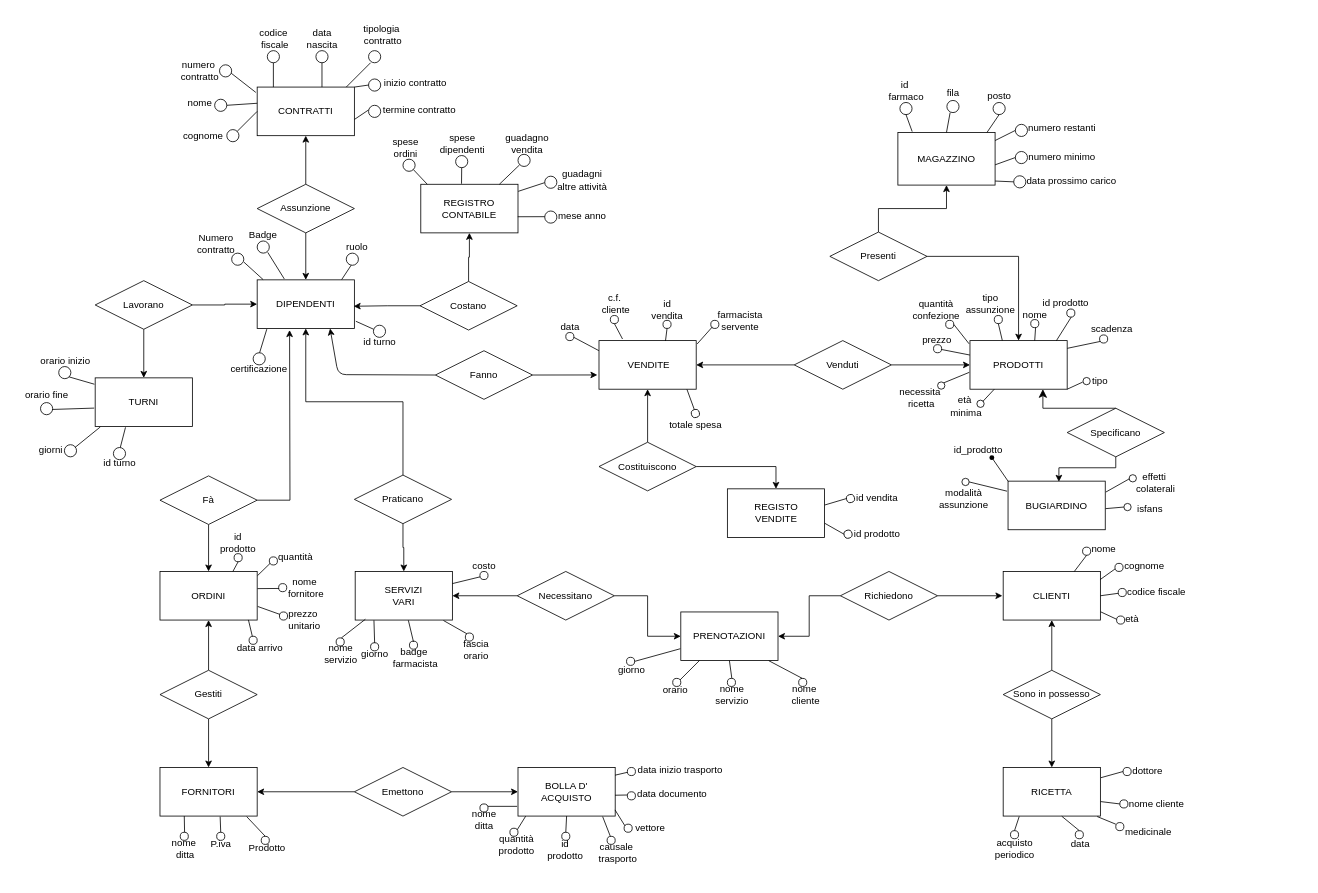
ColdBerri/Database-Project keeps this draw.io diagram as farma-logica.drawio. Above is the earlier version. Source tidied: cells renumbered, new cells numbered last; positions are measured from the earlier drawing's top-left corner, leaving out a move shared by most shapes. Both pictures are drawn from the tidied source at 81%, with x=0, y=0 at pixel (14, 18).
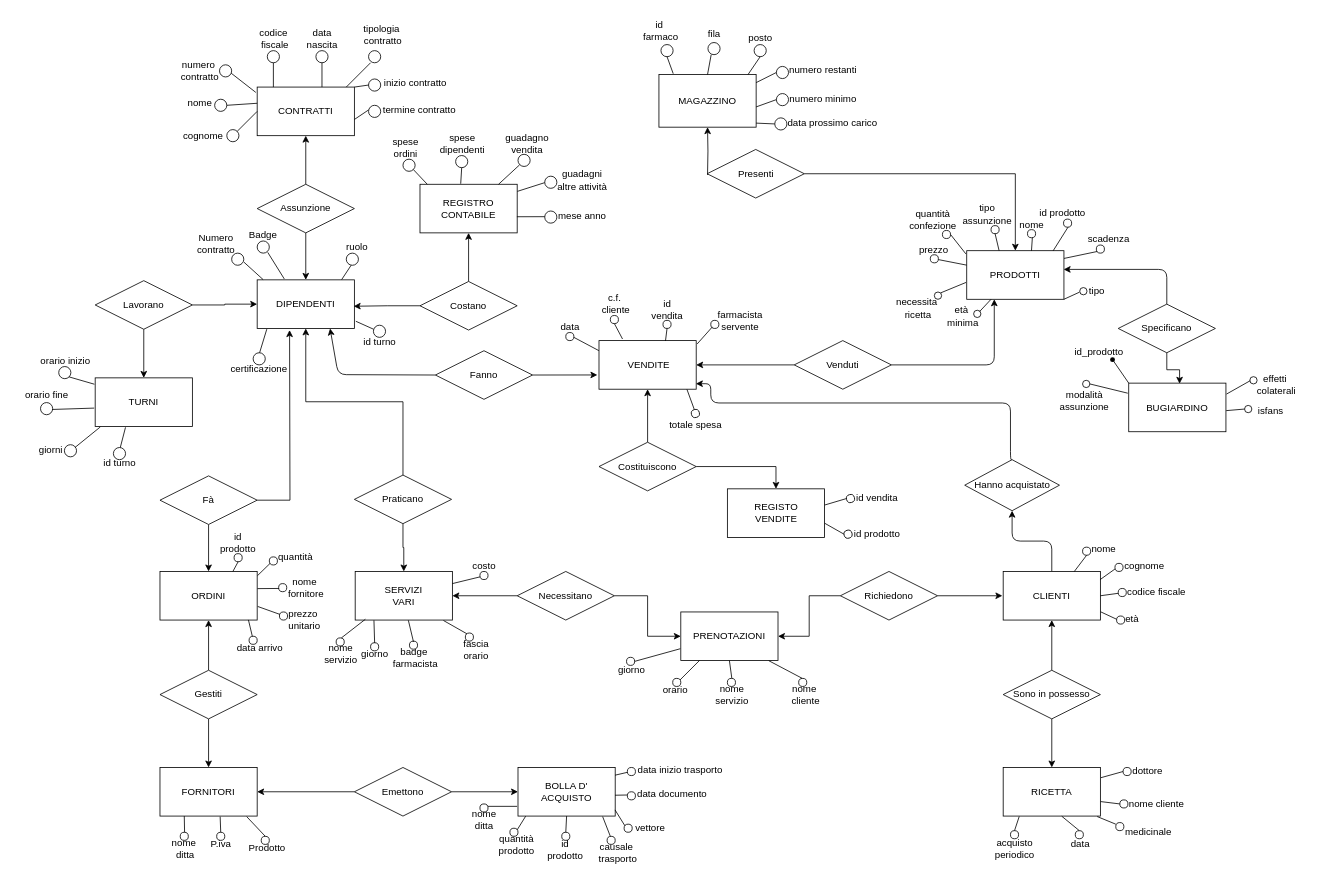
The same page after the edit.

Commit message (it also covers changes not shown here):
nuovamente modificato lo schema e-r logico e aggiunta altra parte dei dati

The change refers to these unchanged cells:
```xml
<mxCell id="15" value="CLIENTI" style="rounded=0;whiteSpace=wrap;html=1;" parent="1" vertex="1">
  <mxGeometry x="1221" y="683" width="120" height="60" as="geometry" />
</mxCell>
<mxCell id="63" value="Venduti" style="shape=rhombus;perimeter=rhombusPerimeter;whiteSpace=wrap;html=1;align=center;" parent="1" vertex="1">
  <mxGeometry x="963" y="398" width="120" height="60" as="geometry" />
</mxCell>
<mxCell id="66" value="&amp;nbsp;VENDITE" style="rounded=0;whiteSpace=wrap;html=1;" parent="1" vertex="1">
  <mxGeometry x="722" y="398" width="120" height="60" as="geometry" />
</mxCell>
```

Diff of the diagram source:
```diff
@@
     <mxCell id="7" value="PRODOTTI" style="rounded=0;whiteSpace=wrap;html=1;" parent="1" vertex="1">
-      <mxGeometry x="1180" y="398" width="120" height="60" as="geometry" />
+      <mxGeometry x="1176" y="287" width="120" height="60" as="geometry" />
     </mxCell>
-    <mxCell id="8" style="edgeStyle=orthogonalEdgeStyle;rounded=0;jettySize=auto;html=1;entryX=0.5;entryY=1;entryDx=0;entryDy=0;" parent="1" edge="1" source="10" target="11">
-      <mxGeometry relative="1" as="geometry" />
+    <mxCell id="8" style="edgeStyle=orthogonalEdgeStyle;rounded=0;jettySize=auto;html=1;entryX=0.5;entryY=1;entryDx=0;entryDy=0;" parent="1" edge="1" target="11">
+      <mxGeometry relative="1" as="geometry">
+        <mxPoint x="856" y="193.5" as="sourcePoint" />
+      </mxGeometry>
     </mxCell>
     <mxCell id="9" style="edgeStyle=orthogonalEdgeStyle;rounded=0;jettySize=auto;html=1;entryX=0.5;entryY=0;entryDx=0;entryDy=0;exitX=1;exitY=0.5;exitDx=0;exitDy=0;" parent="1" edge="1" source="10" target="7">
       <mxGeometry relative="1" as="geometry">
         <Array as="points">
-          <mxPoint x="1240" y="294" />
+          <mxPoint x="1236" y="192" />
         </Array>
       </mxGeometry>
     </mxCell>
     <mxCell id="10" value="Presenti" style="shape=rhombus;perimeter=rhombusPerimeter;whiteSpace=wrap;html=1;align=center;" parent="1" vertex="1">
-      <mxGeometry x="1007" y="264" width="120" height="60" as="geometry" />
+      <mxGeometry x="855.5" y="162" width="120" height="60" as="geometry" />
     </mxCell>
     <mxCell id="11" value="MAGAZZINO" style="rounded=0;whiteSpace=wrap;html=1;" parent="1" vertex="1">
-      <mxGeometry x="1091" y="141" width="120" height="65" as="geometry" />
+      <mxGeometry x="796" y="69.5" width="120" height="65" as="geometry" />
     </mxCell>
@@
+    <mxCell id="306" style="edgeStyle=orthogonalEdgeStyle;html=1;exitX=0.5;exitY=0;exitDx=0;exitDy=0;entryX=0.5;entryY=1;entryDx=0;entryDy=0;" parent="1" edge="1" source="15" target="309">
+      <mxGeometry relative="1" as="geometry" />
+    </mxCell>
@@
-    <mxCell id="62" style="edgeStyle=none;html=1;exitX=1;exitY=0.5;exitDx=0;exitDy=0;entryX=0;entryY=0.5;entryDx=0;entryDy=0;" parent="1" edge="1" source="63" target="7">
-      <mxGeometry relative="1" as="geometry" />
-    </mxCell>
@@
     <mxCell id="72" value="REGISTRO&lt;div&gt;CONTABILE&lt;/div&gt;" style="rounded=0;whiteSpace=wrap;html=1;" parent="1" vertex="1">
-      <mxGeometry x="502" y="205" width="120" height="60" as="geometry" />
+      <mxGeometry x="501" y="205" width="120" height="60" as="geometry" />
     </mxCell>
@@
     <mxCell id="81" value="id&amp;nbsp;&lt;div&gt;farmaco&lt;/div&gt;" style="text;html=1;align=center;verticalAlign=middle;strokeColor=none;fillColor=none;" parent="1" vertex="1">
-      <mxGeometry x="1066" y="70" width="70" height="40" as="geometry" />
+      <mxGeometry x="763" y="-5" width="70" height="40" as="geometry" />
     </mxCell>
     <mxCell id="82" value="fila" style="text;html=1;align=center;verticalAlign=middle;strokeColor=none;fillColor=none;" parent="1" vertex="1">
-      <mxGeometry x="1139" y="76.5" width="40" height="30" as="geometry" />
+      <mxGeometry x="844" y="5" width="40" height="30" as="geometry" />
     </mxCell>
     <mxCell id="83" value="posto" style="text;html=1;align=center;verticalAlign=middle;strokeColor=none;fillColor=none;" parent="1" vertex="1">
-      <mxGeometry x="1191" y="81" width="50" height="30" as="geometry" />
+      <mxGeometry x="896" y="9.5" width="50" height="30" as="geometry" />
     </mxCell>
     <mxCell id="84" value="numero restanti&amp;nbsp;" style="text;html=1;align=center;verticalAlign=middle;strokeColor=none;fillColor=none;" parent="1" vertex="1">
-      <mxGeometry x="1240" y="120.5" width="110" height="30" as="geometry" />
+      <mxGeometry x="945" y="49" width="110" height="30" as="geometry" />
     </mxCell>
     <mxCell id="85" value="numero minimo&amp;nbsp;" style="text;html=1;align=center;verticalAlign=middle;strokeColor=none;fillColor=none;" parent="1" vertex="1">
-      <mxGeometry x="1240" y="156" width="110" height="30" as="geometry" />
+      <mxGeometry x="945" y="84.5" width="110" height="30" as="geometry" />
     </mxCell>
     <mxCell id="86" value="data prossimo carico" style="text;html=1;align=center;verticalAlign=middle;strokeColor=none;fillColor=none;" parent="1" vertex="1">
-      <mxGeometry x="1240" y="186" width="130" height="30" as="geometry" />
+      <mxGeometry x="945" y="114.5" width="130" height="30" as="geometry" />
     </mxCell>
     <mxCell id="87" style="ellipse;whiteSpace=wrap;html=1;" parent="1" vertex="1">
-      <mxGeometry x="1093.5" y="104" width="15" height="15" as="geometry" />
+      <mxGeometry x="798.5" y="32.5" width="15" height="15" as="geometry" />
     </mxCell>
     <mxCell id="88" style="ellipse;whiteSpace=wrap;html=1;" parent="1" vertex="1">
-      <mxGeometry x="1151.5" y="101.5" width="15" height="15" as="geometry" />
+      <mxGeometry x="856.5" y="30" width="15" height="15" as="geometry" />
     </mxCell>
     <mxCell id="89" style="ellipse;whiteSpace=wrap;html=1;" parent="1" vertex="1">
-      <mxGeometry x="1208.5" y="104" width="15" height="15" as="geometry" />
+      <mxGeometry x="913.5" y="32.5" width="15" height="15" as="geometry" />
     </mxCell>
     <mxCell id="90" style="ellipse;whiteSpace=wrap;html=1;" parent="1" vertex="1">
-      <mxGeometry x="1236" y="131" width="15" height="15" as="geometry" />
+      <mxGeometry x="941" y="59.5" width="15" height="15" as="geometry" />
     </mxCell>
     <mxCell id="91" style="ellipse;whiteSpace=wrap;html=1;" parent="1" vertex="1">
-      <mxGeometry x="1236" y="164.5" width="15" height="15" as="geometry" />
+      <mxGeometry x="941" y="93" width="15" height="15" as="geometry" />
     </mxCell>
     <mxCell id="92" style="ellipse;whiteSpace=wrap;html=1;" parent="1" vertex="1">
-      <mxGeometry x="1234" y="194.5" width="15" height="15" as="geometry" />
+      <mxGeometry x="939" y="123" width="15" height="15" as="geometry" />
     </mxCell>
@@
     <mxCell id="94" style="endArrow=none;html=1;rounded=0;exitX=0.5;exitY=0;exitDx=0;exitDy=0;" parent="1" edge="1" source="11">
       <mxGeometry relative="1" as="geometry">
-        <mxPoint x="1155.5" y="116.5" as="targetPoint" />
+        <mxPoint x="860.5" y="45" as="targetPoint" />
       </mxGeometry>
     </mxCell>
     <mxCell id="95" style="endArrow=none;html=1;rounded=0;entryX=0.5;entryY=1;entryDx=0;entryDy=0;" parent="1" edge="1" target="89">
       <mxGeometry relative="1" as="geometry">
-        <mxPoint x="1201" y="141" as="sourcePoint" />
+        <mxPoint x="906" y="69.5" as="sourcePoint" />
       </mxGeometry>
     </mxCell>
     <mxCell id="96" style="endArrow=none;html=1;rounded=0;entryX=0;entryY=0.5;entryDx=0;entryDy=0;" parent="1" edge="1" target="90">
       <mxGeometry relative="1" as="geometry">
-        <mxPoint x="1211" y="151" as="sourcePoint" />
+        <mxPoint x="916" y="79.5" as="sourcePoint" />
       </mxGeometry>
     </mxCell>
     <mxCell id="97" style="endArrow=none;html=1;rounded=0;entryX=0;entryY=0.5;entryDx=0;entryDy=0;" parent="1" edge="1" target="91">
       <mxGeometry relative="1" as="geometry">
-        <mxPoint x="1211" y="181" as="sourcePoint" />
+        <mxPoint x="916" y="109.5" as="sourcePoint" />
       </mxGeometry>
     </mxCell>
     <mxCell id="98" style="endArrow=none;html=1;rounded=0;entryX=0;entryY=0.5;entryDx=0;entryDy=0;" parent="1" edge="1" target="92">
       <mxGeometry relative="1" as="geometry">
-        <mxPoint x="1211" y="201" as="sourcePoint" />
+        <mxPoint x="916" y="129.5" as="sourcePoint" />
       </mxGeometry>
     </mxCell>
@@
     <mxCell id="206" value="nome" style="text;html=1;align=center;verticalAlign=middle;strokeColor=none;fillColor=none;" parent="1" vertex="1">
-      <mxGeometry x="1235" y="351" width="50" height="30" as="geometry" />
+      <mxGeometry x="1231" y="240" width="50" height="30" as="geometry" />
     </mxCell>
     <mxCell id="207" value="id prodotto" style="text;html=1;align=center;verticalAlign=middle;strokeColor=none;fillColor=none;" parent="1" vertex="1">
-      <mxGeometry x="1258" y="337" width="80" height="30" as="geometry" />
+      <mxGeometry x="1254" y="226" width="80" height="30" as="geometry" />
     </mxCell>
     <mxCell id="208" value="tipo&lt;div&gt;assunzione&lt;/div&gt;" style="text;html=1;align=center;verticalAlign=middle;strokeColor=none;fillColor=none;" parent="1" vertex="1">
-      <mxGeometry x="1165" y="333" width="80" height="40" as="geometry" />
+      <mxGeometry x="1161" y="222" width="80" height="40" as="geometry" />
     </mxCell>
     <mxCell id="209" value="quantità&lt;div&gt;confezione&lt;/div&gt;" style="text;html=1;align=center;verticalAlign=middle;strokeColor=none;fillColor=none;" parent="1" vertex="1">
-      <mxGeometry x="1097.5" y="340" width="80" height="40" as="geometry" />
+      <mxGeometry x="1093.5" y="229" width="80" height="40" as="geometry" />
     </mxCell>
     <mxCell id="210" value="prezzo" style="text;html=1;align=center;verticalAlign=middle;strokeColor=none;fillColor=none;" parent="1" vertex="1">
-      <mxGeometry x="1109" y="382" width="60" height="30" as="geometry" />
+      <mxGeometry x="1105" y="271" width="60" height="30" as="geometry" />
     </mxCell>
     <mxCell id="211" value="scadenza" style="text;html=1;align=center;verticalAlign=middle;strokeColor=none;fillColor=none;" parent="1" vertex="1">
-      <mxGeometry x="1319.5" y="369" width="70" height="30" as="geometry" />
+      <mxGeometry x="1315.5" y="258" width="70" height="30" as="geometry" />
     </mxCell>
     <mxCell id="212" style="ellipse;whiteSpace=wrap;html=1;" parent="1" vertex="1">
-      <mxGeometry x="1135" y="403" width="10" height="10" as="geometry" />
+      <mxGeometry x="1131" y="292" width="10" height="10" as="geometry" />
     </mxCell>
     <mxCell id="213" style="ellipse;whiteSpace=wrap;html=1;" parent="1" vertex="1">
-      <mxGeometry x="1150" y="373" width="10" height="10" as="geometry" />
+      <mxGeometry x="1146" y="262" width="10" height="10" as="geometry" />
     </mxCell>
     <mxCell id="214" style="ellipse;whiteSpace=wrap;html=1;" parent="1" vertex="1">
-      <mxGeometry x="1210" y="367" width="10" height="10" as="geometry" />
+      <mxGeometry x="1206" y="256" width="10" height="10" as="geometry" />
     </mxCell>
     <mxCell id="215" style="ellipse;whiteSpace=wrap;html=1;" parent="1" vertex="1">
-      <mxGeometry x="1255" y="372" width="10" height="10" as="geometry" />
+      <mxGeometry x="1251" y="261" width="10" height="10" as="geometry" />
     </mxCell>
     <mxCell id="216" style="ellipse;whiteSpace=wrap;html=1;" parent="1" vertex="1">
-      <mxGeometry x="1299.5" y="359" width="10" height="10" as="geometry" />
+      <mxGeometry x="1295.5" y="248" width="10" height="10" as="geometry" />
     </mxCell>
     <mxCell id="217" style="ellipse;whiteSpace=wrap;html=1;" parent="1" vertex="1">
-      <mxGeometry x="1340" y="391" width="10" height="10" as="geometry" />
+      <mxGeometry x="1336" y="280" width="10" height="10" as="geometry" />
     </mxCell>
     <mxCell id="218" style="endArrow=none;html=1;rounded=0;entryX=-0.001;entryY=0.297;entryDx=0;entryDy=0;entryPerimeter=0;" parent="1" edge="1" target="7">
       <mxGeometry relative="1" as="geometry">
-        <mxPoint x="1145" y="409" as="sourcePoint" />
+        <mxPoint x="1141" y="298" as="sourcePoint" />
       </mxGeometry>
     </mxCell>
@@
     <mxCell id="221" style="endArrow=none;html=1;rounded=0;exitX=0.666;exitY=0.002;exitDx=0;exitDy=0;exitPerimeter=0;" parent="1" edge="1" source="7">
       <mxGeometry relative="1" as="geometry">
-        <mxPoint x="1261" y="382" as="targetPoint" />
+        <mxPoint x="1257" y="271" as="targetPoint" />
       </mxGeometry>
     </mxCell>
     <mxCell id="222" style="endArrow=none;html=1;rounded=0;exitX=0.889;exitY=0.002;exitDx=0;exitDy=0;exitPerimeter=0;" parent="1" edge="1" source="7">
       <mxGeometry relative="1" as="geometry">
-        <mxPoint x="1305" y="369" as="targetPoint" />
+        <mxPoint x="1301" y="258" as="targetPoint" />
       </mxGeometry>
     </mxCell>
     <mxCell id="223" style="endArrow=none;html=1;rounded=0;exitX=1.001;exitY=0.159;exitDx=0;exitDy=0;exitPerimeter=0;" parent="1" edge="1" source="7">
       <mxGeometry relative="1" as="geometry">
-        <mxPoint x="1341" y="399" as="targetPoint" />
+        <mxPoint x="1337" y="288" as="targetPoint" />
       </mxGeometry>
     </mxCell>
@@
     <mxCell id="239" value="tipo&amp;nbsp;" style="text;html=1;align=center;verticalAlign=middle;points=[];strokeColor=none;fillColor=none;" parent="1" vertex="1">
-      <mxGeometry x="1317" y="433" width="50" height="30" as="geometry" />
+      <mxGeometry x="1313" y="322" width="50" height="30" as="geometry" />
     </mxCell>
     <mxCell id="240" value="necessita&lt;div&gt;&amp;nbsp;ricetta&lt;/div&gt;" style="text;html=1;align=center;verticalAlign=middle;strokeColor=none;fillColor=none;" parent="1" vertex="1">
-      <mxGeometry x="1083" y="449" width="70" height="40" as="geometry" />
+      <mxGeometry x="1079" y="338" width="70" height="40" as="geometry" />
     </mxCell>
     <mxCell id="241" value="età&amp;nbsp;&lt;div&gt;minima&lt;/div&gt;" style="text;html=1;align=center;verticalAlign=middle;strokeColor=none;fillColor=none;" parent="1" vertex="1">
-      <mxGeometry x="1145" y="459" width="60" height="40" as="geometry" />
+      <mxGeometry x="1141" y="348" width="60" height="40" as="geometry" />
     </mxCell>
     <mxCell id="242" value="effetti&amp;nbsp;&lt;div&gt;colaterali&lt;/div&gt;" style="text;html=1;align=center;verticalAlign=middle;strokeColor=none;fillColor=none;" parent="1" vertex="1">
-      <mxGeometry x="1373.5" y="552.5" width="70" height="40" as="geometry" />
+      <mxGeometry x="1522.5" y="431.5" width="70" height="40" as="geometry" />
     </mxCell>
     <mxCell id="243" value="isfans" style="text;html=1;align=center;verticalAlign=middle;strokeColor=none;fillColor=none;" parent="1" vertex="1">
-      <mxGeometry x="1376.5" y="590.5" width="50" height="30" as="geometry" />
+      <mxGeometry x="1525.5" y="469.5" width="50" height="30" as="geometry" />
     </mxCell>
     <mxCell id="244" value="modalità&lt;div&gt;assunzione&lt;/div&gt;" style="text;html=1;align=center;verticalAlign=middle;strokeColor=none;fillColor=none;" parent="1" vertex="1">
-      <mxGeometry x="1132" y="572.5" width="80" height="40" as="geometry" />
+      <mxGeometry x="1281" y="451.5" width="80" height="40" as="geometry" />
     </mxCell>
     <mxCell id="245" style="ellipse;whiteSpace=wrap;html=1;" parent="1" vertex="1">
-      <mxGeometry x="1376.5" y="563.5" width="9" height="9" as="geometry" />
+      <mxGeometry x="1525.5" y="442.5" width="9" height="9" as="geometry" />
     </mxCell>
     <mxCell id="246" style="ellipse;whiteSpace=wrap;html=1;" parent="1" vertex="1">
-      <mxGeometry x="1370" y="599" width="9" height="9" as="geometry" />
+      <mxGeometry x="1519" y="478" width="9" height="9" as="geometry" />
     </mxCell>
     <mxCell id="247" style="ellipse;whiteSpace=wrap;html=1;" parent="1" vertex="1">
-      <mxGeometry x="1170" y="568" width="9" height="9" as="geometry" />
+      <mxGeometry x="1319" y="447" width="9" height="9" as="geometry" />
     </mxCell>
@@
     <mxCell id="250" style="ellipse;whiteSpace=wrap;html=1;" parent="1" vertex="1">
-      <mxGeometry x="1319.5" y="443.5" width="9" height="9" as="geometry" />
+      <mxGeometry x="1315.5" y="332.5" width="9" height="9" as="geometry" />
     </mxCell>
     <mxCell id="251" style="ellipse;whiteSpace=wrap;html=1;" parent="1" vertex="1">
-      <mxGeometry x="1188.5" y="471.5" width="9" height="9" as="geometry" />
+      <mxGeometry x="1184.5" y="360.5" width="9" height="9" as="geometry" />
     </mxCell>
     <mxCell id="252" style="ellipse;whiteSpace=wrap;html=1;" parent="1" vertex="1">
-      <mxGeometry x="1140" y="449" width="9" height="9" as="geometry" />
+      <mxGeometry x="1136" y="338" width="9" height="9" as="geometry" />
     </mxCell>
     <mxCell id="253" style="endArrow=none;html=1;rounded=0;entryX=-0.007;entryY=0.653;entryDx=0;entryDy=0;entryPerimeter=0;" parent="1" edge="1" target="7">
       <mxGeometry relative="1" as="geometry">
-        <mxPoint x="1148" y="450" as="sourcePoint" />
+        <mxPoint x="1144" y="339" as="sourcePoint" />
       </mxGeometry>
     </mxCell>
     <mxCell id="254" style="endArrow=none;html=1;rounded=0;entryX=0.25;entryY=1;entryDx=0;entryDy=0;" parent="1" edge="1" target="7">
       <mxGeometry relative="1" as="geometry">
-        <mxPoint x="1196" y="473" as="sourcePoint" />
+        <mxPoint x="1192" y="362" as="sourcePoint" />
       </mxGeometry>
     </mxCell>
@@
+    <mxCell id="305" style="edgeStyle=orthogonalEdgeStyle;html=1;exitX=0.5;exitY=0;exitDx=0;exitDy=0;entryX=0.997;entryY=0.385;entryDx=0;entryDy=0;entryPerimeter=0;" parent="1" edge="1" source="256" target="7">
+      <mxGeometry relative="1" as="geometry" />
+    </mxCell>
     <mxCell id="256" value="Specificano" style="shape=rhombus;perimeter=rhombusPerimeter;whiteSpace=wrap;html=1;align=center;" parent="1" vertex="1">
-      <mxGeometry x="1300" y="481.5" width="120" height="60" as="geometry" />
+      <mxGeometry x="1363" y="353" width="120" height="60" as="geometry" />
     </mxCell>
     <mxCell id="257" value="BUGIARDINO" style="rounded=0;whiteSpace=wrap;html=1;" parent="1" vertex="1">
-      <mxGeometry x="1227" y="571.5" width="120" height="60" as="geometry" />
+      <mxGeometry x="1376" y="450.5" width="120" height="60" as="geometry" />
     </mxCell>
     <mxCell id="258" style="edgeStyle=orthogonalEdgeStyle;rounded=0;jettySize=auto;html=1;entryX=0.523;entryY=0.013;entryDx=0;entryDy=0;entryPerimeter=0;" parent="1" edge="1" source="256" target="257">
       <mxGeometry relative="1" as="geometry">
         <Array as="points">
-          <mxPoint x="1360" y="555" />
-          <mxPoint x="1290" y="555" />
+          <mxPoint x="1423" y="434" />
+          <mxPoint x="1439" y="434" />
         </Array>
       </mxGeometry>
     </mxCell>
@@
     <mxCell id="260" style="endArrow=none;html=1;rounded=0;exitX=1.006;exitY=0.225;exitDx=0;exitDy=0;exitPerimeter=0;" parent="1" edge="1" source="257">
       <mxGeometry relative="1" as="geometry">
-        <mxPoint x="1377" y="568.5" as="targetPoint" />
+        <mxPoint x="1526" y="447.5" as="targetPoint" />
       </mxGeometry>
     </mxCell>
     <mxCell id="261" style="endArrow=none;html=1;rounded=0;exitX=1.003;exitY=0.566;exitDx=0;exitDy=0;exitPerimeter=0;" parent="1" edge="1" source="257">
       <mxGeometry relative="1" as="geometry">
-        <mxPoint x="1370" y="603.5" as="targetPoint" />
+        <mxPoint x="1519" y="482.5" as="targetPoint" />
       </mxGeometry>
     </mxCell>
@@
     <mxCell id="303" style="shape=waypoint;sketch=0;fillStyle=solid;size=6;points=[];fillColor=none;perimeter=centerPerimeter;snapToPoint=1;" parent="1" vertex="1">
-      <mxGeometry x="1197" y="532.5" width="20" height="20" as="geometry" />
+      <mxGeometry x="1346" y="411.5" width="20" height="20" as="geometry" />
     </mxCell>
     <mxCell id="304" value="id_prodotto" style="text;html=1;align=center;verticalAlign=middle;strokeColor=none;fillColor=none;" parent="1" vertex="1">
-      <mxGeometry x="1144.5" y="517.5" width="90" height="30" as="geometry" />
+      <mxGeometry x="1293.5" y="396.5" width="90" height="30" as="geometry" />
     </mxCell>
-    <mxCell id="305" style="edgeStyle=segmentEdgeStyle;endArrow=classic;html=1;curved=0;rounded=0;endSize=8;startSize=8;entryX=0.75;entryY=1;entryDx=0;entryDy=0;exitX=0.5;exitY=0;exitDx=0;exitDy=0;" parent="1" edge="1" source="256" target="7">
-      <mxGeometry relative="1" as="geometry" />
-    </mxCell>
+    <mxCell id="307" style="endArrow=classic;html=1;edgeStyle=orthogonalEdgeStyle;exitX=1;exitY=0.5;exitDx=0;exitDy=0;" parent="1" edge="1" source="63">
+      <mxGeometry relative="1" as="geometry">
+        <mxPoint x="1210" y="347" as="targetPoint" />
+        <Array as="points">
+          <mxPoint x="1210" y="428" />
+          <mxPoint x="1210" y="347" />
+        </Array>
+      </mxGeometry>
+    </mxCell>
+    <mxCell id="308" style="edgeStyle=orthogonalEdgeStyle;html=1;exitX=0.5;exitY=0;exitDx=0;exitDy=0;entryX=0.997;entryY=0.887;entryDx=0;entryDy=0;entryPerimeter=0;" parent="1" edge="1" source="309" target="66">
+      <mxGeometry relative="1" as="geometry">
+        <Array as="points">
+          <mxPoint x="1230" y="545" />
+          <mxPoint x="1230" y="475" />
+          <mxPoint x="860" y="475" />
+          <mxPoint x="860" y="451" />
+        </Array>
+      </mxGeometry>
+    </mxCell>
+    <mxCell id="309" value="Hanno acquistato" style="rhombus;whiteSpace=wrap;html=1;" parent="1" vertex="1">
+      <mxGeometry x="1173.5" y="545" width="117" height="63" as="geometry" />
+    </mxCell>
```
